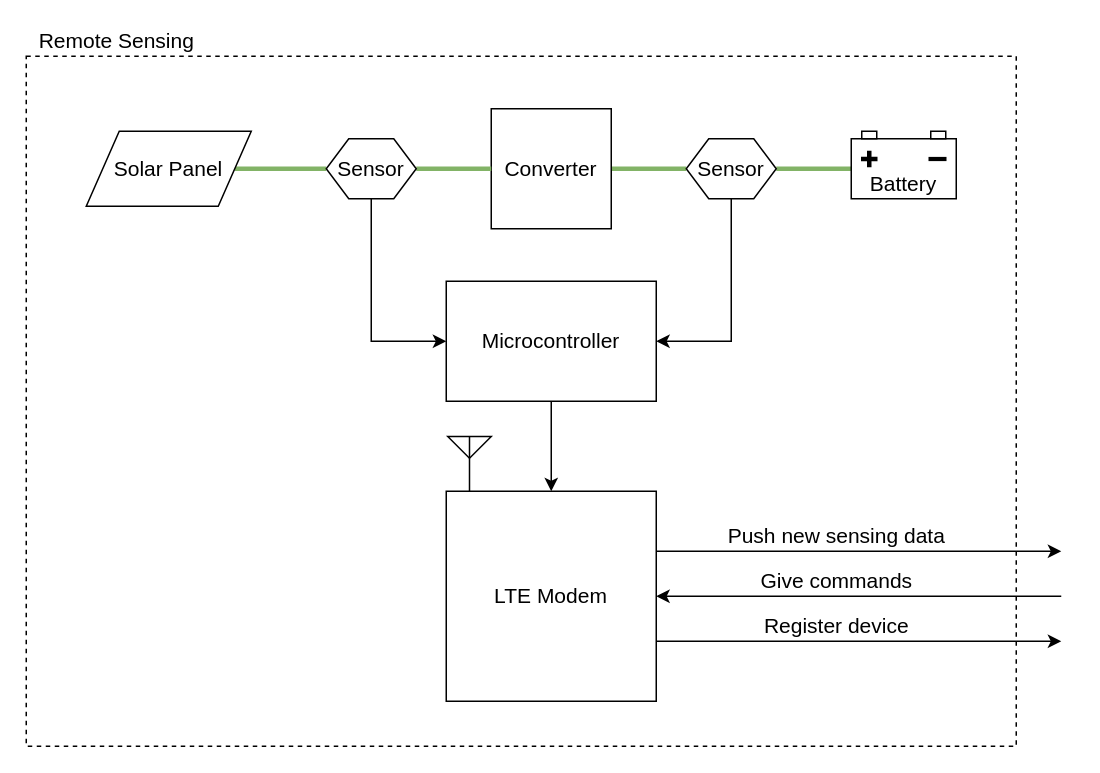
This is drawios/c4-sensing.drawio from Zachaccino/Thesis-Paper, a draw.io file, before an edit. Source tidied: cells renumbered, new cells numbered last; positions are measured from the earlier drawing's top-left corner, leaving out a move shared by most shapes. Both pictures are drawn from the tidied source at 150%, with x=0, y=0 at pixel (26, 26).
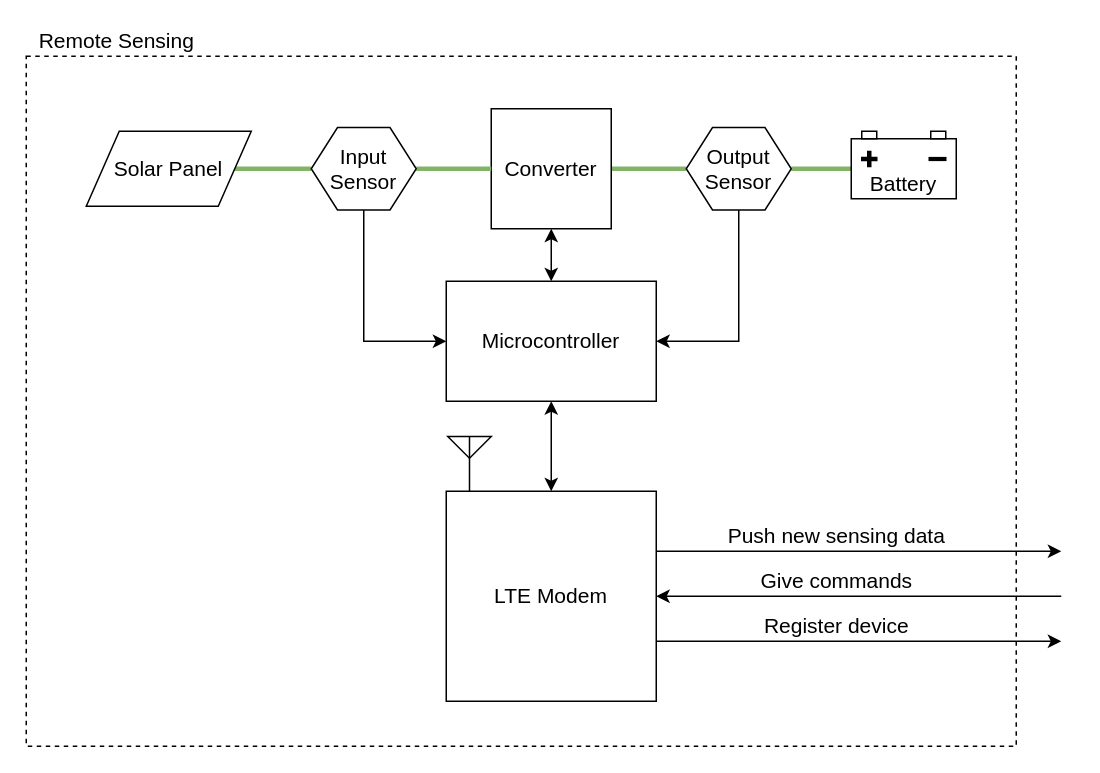
The same page after the edit.

The change refers to these unchanged cells:
```xml
<mxCell id="6" value="Converter" style="rounded=0;whiteSpace=wrap;html=1;shadow=0;gradientColor=none;fontSize=14;" parent="1" vertex="1">
  <mxGeometry x="310" y="55" width="80" height="80" as="geometry" />
</mxCell>
<mxCell id="20" value="Microcontroller" style="rounded=0;whiteSpace=wrap;html=1;shadow=0;gradientColor=none;fontSize=14;" parent="1" vertex="1">
  <mxGeometry x="280" y="170" width="140" height="80" as="geometry" />
</mxCell>
<mxCell id="21" value="LTE Modem" style="rounded=0;whiteSpace=wrap;html=1;shadow=0;fontSize=14;" parent="1" vertex="1">
  <mxGeometry x="280" y="310" width="140" height="140" as="geometry" />
</mxCell>
```

The edit, as a diff of the source:
```diff
@@
+    <mxCell id="30" style="edgeStyle=none;rounded=0;jettySize=auto;html=1;exitX=0.5;exitY=1;exitDx=0;exitDy=0;entryX=0.5;entryY=0;entryDx=0;entryDy=0;startArrow=classic;startFill=1;endArrow=classic;endFill=1;strokeWidth=1;fontSize=14;" parent="1" edge="1" source="6" target="20">
+      <mxGeometry relative="1" as="geometry" />
+    </mxCell>
@@
-    <mxCell id="9" value="Sensor" style="shape=hexagon;perimeter=hexagonPerimeter2;whiteSpace=wrap;html=1;shadow=0;gradientColor=none;fontSize=14;" parent="1" vertex="1">
-      <mxGeometry x="200" y="75" width="60" height="40" as="geometry" />
+    <mxCell id="9" value="Input&lt;br&gt;Sensor" style="shape=hexagon;perimeter=hexagonPerimeter2;whiteSpace=wrap;html=1;shadow=0;gradientColor=none;fontSize=14;" parent="1" vertex="1">
+      <mxGeometry x="190" y="67.5" width="70" height="55" as="geometry" />
     </mxCell>
@@
-    <mxCell id="12" value="Sensor" style="shape=hexagon;perimeter=hexagonPerimeter2;whiteSpace=wrap;html=1;shadow=0;gradientColor=none;fontSize=14;" parent="1" vertex="1">
-      <mxGeometry x="440" y="75" width="60" height="40" as="geometry" />
+    <mxCell id="12" value="Output&lt;br&gt;Sensor" style="shape=hexagon;perimeter=hexagonPerimeter2;whiteSpace=wrap;html=1;shadow=0;gradientColor=none;fontSize=14;" parent="1" vertex="1">
+      <mxGeometry x="440" y="67.5" width="70" height="55" as="geometry" />
     </mxCell>
@@
-    <mxCell id="19" style="edgeStyle=orthogonalEdgeStyle;rounded=0;jettySize=auto;html=1;exitX=0.5;exitY=1;exitDx=0;exitDy=0;entryX=0.5;entryY=0;entryDx=0;entryDy=0;endArrow=classic;endFill=1;strokeWidth=1;fontSize=14;" parent="1" edge="1" source="20" target="21">
+    <mxCell id="19" style="edgeStyle=orthogonalEdgeStyle;rounded=0;jettySize=auto;html=1;exitX=0.5;exitY=1;exitDx=0;exitDy=0;entryX=0.5;entryY=0;entryDx=0;entryDy=0;endArrow=classic;endFill=1;strokeWidth=1;fontSize=14;startArrow=classic;startFill=1;" parent="1" edge="1" source="20" target="21">
       <mxGeometry relative="1" as="geometry" />
     </mxCell>
```
